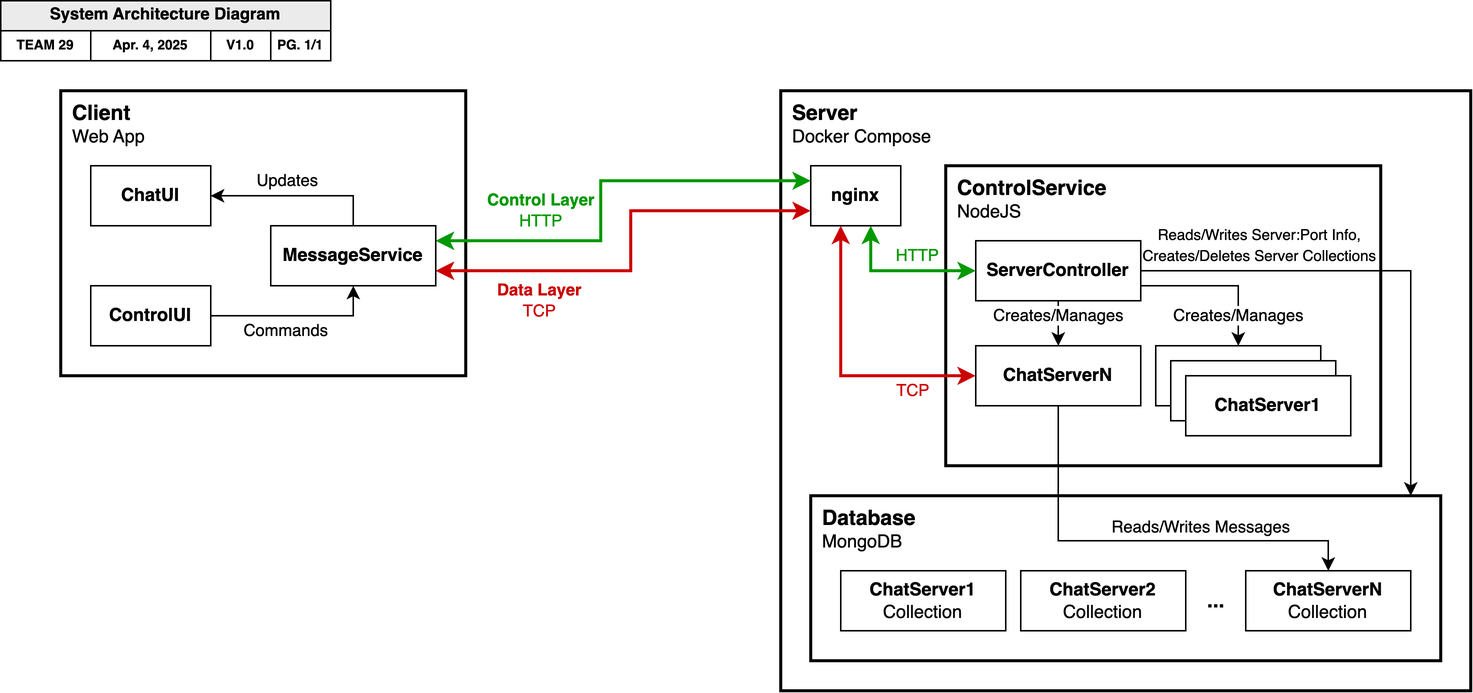
The draw.io diagram design/System Architecture Diagram.png in brodysmith8/c0nnect, before a commit. Source tidied: cells renumbered, new cells last; positions are measured from the earlier drawing's top-left corner, leaving out a move shared by most shapes.
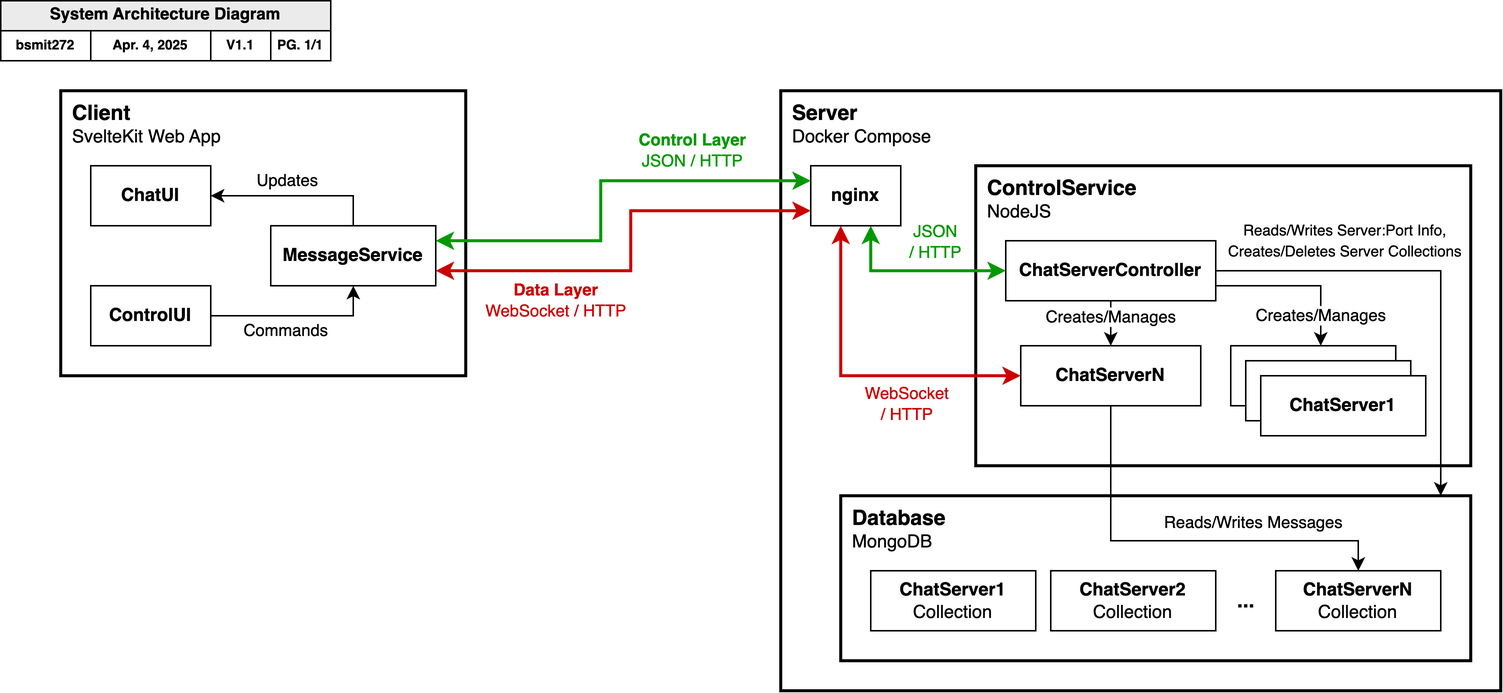
After the change.

Commit message:
Update design diagrams

Change to the diagram source:
```diff
@@ -5,13 +5,13 @@
     <mxCell id="2" value="&lt;b style=&quot;&quot;&gt;&lt;font style=&quot;font-size: 11px;&quot;&gt;System Architecture Diagram&lt;/font&gt;&lt;/b&gt;" style="rounded=0;whiteSpace=wrap;html=1;fillColor=#EBEBEB;spacingBottom=2;" parent="1" vertex="1">
       <mxGeometry width="220" height="20" as="geometry" />
     </mxCell>
-    <mxCell id="3" value="&lt;b&gt;&lt;font style=&quot;font-size: 9px;&quot;&gt;TEAM 29&lt;/font&gt;&lt;/b&gt;" style="rounded=0;whiteSpace=wrap;html=1;spacingBottom=2;" parent="1" vertex="1">
+    <mxCell id="3" value="&lt;b&gt;&lt;font style=&quot;font-size: 9px;&quot;&gt;bsmit272&lt;/font&gt;&lt;/b&gt;" style="rounded=0;whiteSpace=wrap;html=1;spacingBottom=2;" parent="1" vertex="1">
       <mxGeometry y="20" width="60" height="20" as="geometry" />
     </mxCell>
     <mxCell id="4" value="&lt;b style=&quot;&quot;&gt;&lt;font style=&quot;font-size: 9px;&quot;&gt;Apr. 4, 2025&lt;/font&gt;&lt;/b&gt;" style="rounded=0;whiteSpace=wrap;html=1;spacingBottom=2;" parent="1" vertex="1">
       <mxGeometry x="60" y="20" width="80" height="20" as="geometry" />
     </mxCell>
-    <mxCell id="5" value="&lt;b style=&quot;&quot;&gt;&lt;font style=&quot;font-size: 9px;&quot;&gt;V1.0&lt;/font&gt;&lt;/b&gt;" style="rounded=0;whiteSpace=wrap;html=1;spacingBottom=2;" parent="1" vertex="1">
+    <mxCell id="5" value="&lt;b style=&quot;&quot;&gt;&lt;font style=&quot;font-size: 9px;&quot;&gt;V1.1&lt;/font&gt;&lt;/b&gt;" style="rounded=0;whiteSpace=wrap;html=1;spacingBottom=2;" parent="1" vertex="1">
       <mxGeometry x="140" y="20" width="40" height="20" as="geometry" />
     </mxCell>
     <mxCell id="6" value="&lt;b style=&quot;&quot;&gt;&lt;font style=&quot;font-size: 9px;&quot;&gt;PG. 1/1&lt;/font&gt;&lt;/b&gt;" style="rounded=0;whiteSpace=wrap;html=1;spacingBottom=2;" parent="1" vertex="1">
@@ -19,12 +19,12 @@
     </mxCell>
     <mxCell id="7" value="Background" parent="0" />
     <mxCell id="8" value="&lt;b&gt;&lt;font style=&quot;font-size: 14px;&quot;&gt;Server&amp;nbsp;&lt;/font&gt;&lt;/b&gt;&lt;div&gt;&lt;font&gt;Docker Compose&lt;/font&gt;&lt;/div&gt;" style="rounded=0;whiteSpace=wrap;html=1;verticalAlign=top;align=left;spacingLeft=6;fontColor=default;fillColor=none;strokeWidth=2;" parent="7" vertex="1">
-      <mxGeometry x="520" y="60" width="460" height="400" as="geometry" />
+      <mxGeometry x="520" y="60" width="480" height="400" as="geometry" />
     </mxCell>
     <mxCell id="9" value="&lt;b&gt;&lt;font style=&quot;font-size: 14px;&quot;&gt;Database&amp;nbsp;&lt;/font&gt;&lt;/b&gt;&lt;div&gt;&lt;font&gt;MongoDB&lt;/font&gt;&lt;/div&gt;" style="rounded=0;whiteSpace=wrap;html=1;verticalAlign=top;align=left;spacingLeft=6;fontColor=default;fillColor=none;strokeWidth=2;" parent="7" vertex="1">
-      <mxGeometry x="540" y="330" width="420" height="110" as="geometry" />
+      <mxGeometry x="560" y="330" width="420" height="110" as="geometry" />
     </mxCell>
-    <mxCell id="10" value="&lt;b&gt;&lt;font style=&quot;font-size: 14px;&quot;&gt;Client&amp;nbsp;&lt;/font&gt;&lt;/b&gt;&lt;div&gt;&lt;font&gt;Web App&lt;/font&gt;&lt;/div&gt;" style="rounded=0;whiteSpace=wrap;html=1;verticalAlign=top;align=left;spacingLeft=6;fontColor=default;fillColor=none;strokeWidth=2;" parent="7" vertex="1">
+    <mxCell id="10" value="&lt;b&gt;&lt;font style=&quot;font-size: 14px;&quot;&gt;Client&amp;nbsp;&lt;/font&gt;&lt;/b&gt;&lt;div&gt;&lt;font&gt;SvelteKit Web App&lt;/font&gt;&lt;/div&gt;" style="rounded=0;whiteSpace=wrap;html=1;verticalAlign=top;align=left;spacingLeft=6;fontColor=default;fillColor=none;strokeWidth=2;" parent="7" vertex="1">
       <mxGeometry x="40" y="60" width="270" height="190" as="geometry" />
     </mxCell>
     <mxCell id="11" value="&lt;b&gt;ChatUI&lt;/b&gt;" style="rounded=0;whiteSpace=wrap;html=1;verticalAlign=middle;align=center;spacingLeft=0;" parent="7" vertex="1">
@@ -65,9 +65,9 @@
         </Array>
       </mxGeometry>
     </mxCell>
-    <mxCell id="18" value="&lt;div&gt;&lt;b&gt;&lt;font style=&quot;color: rgb(0, 153, 0);&quot;&gt;Control Layer&lt;/font&gt;&lt;/b&gt;&lt;/div&gt;&lt;font style=&quot;color: rgb(0, 153, 0);&quot;&gt;HTTP&lt;/font&gt;" style="edgeLabel;html=1;align=center;verticalAlign=middle;" parent="17" vertex="1">
+    <mxCell id="18" value="&lt;div&gt;&lt;b&gt;&lt;font style=&quot;color: rgb(0, 153, 0);&quot;&gt;Control Layer&lt;/font&gt;&lt;/b&gt;&lt;/div&gt;&lt;span style=&quot;color: rgb(0, 153, 0); background-color: light-dark(#ffffff, var(--ge-dark-color, #121212));&quot;&gt;JSON / HTTP&lt;/span&gt;" style="edgeLabel;html=1;align=center;verticalAlign=middle;" parent="17" vertex="1">
       <mxGeometry x="-0.48" y="-1" relative="1" as="geometry">
-        <mxPoint x="-5" y="-21" as="offset" />
+        <mxPoint x="96" y="-61" as="offset" />
       </mxGeometry>
     </mxCell>
     <mxCell id="19" style="edgeStyle=orthogonalEdgeStyle;rounded=0;jettySize=auto;html=1;startArrow=classic;startFill=1;strokeColor=#CC0000;strokeWidth=2;" parent="7" edge="1" source="21" target="32">
@@ -78,51 +78,56 @@
         </Array>
       </mxGeometry>
     </mxCell>
-    <mxCell id="20" value="&lt;div&gt;&lt;b&gt;Data Layer&lt;/b&gt;&lt;/div&gt;TCP" style="edgeLabel;html=1;align=center;verticalAlign=middle;fontColor=#CC0000;" parent="19" vertex="1">
+    <mxCell id="20" value="&lt;div&gt;&lt;b&gt;Data Layer&lt;/b&gt;&lt;/div&gt;WebSocket / HTTP" style="edgeLabel;html=1;align=center;verticalAlign=middle;fontColor=#CC0000;" parent="19" vertex="1">
       <mxGeometry x="-0.52" y="2" relative="1" as="geometry">
-        <mxPoint y="22" as="offset" />
+        <mxPoint x="11" y="22" as="offset" />
       </mxGeometry>
     </mxCell>
     <mxCell id="21" value="&lt;b&gt;MessageService&lt;/b&gt;" style="rounded=0;whiteSpace=wrap;html=1;verticalAlign=middle;align=center;spacingLeft=0;" parent="7" vertex="1">
       <mxGeometry x="180" y="150" width="110" height="40" as="geometry" />
     </mxCell>
     <mxCell id="22" value="&lt;b&gt;&lt;font style=&quot;font-size: 14px;&quot;&gt;ControlService&amp;nbsp;&lt;/font&gt;&lt;/b&gt;&lt;div&gt;&lt;font&gt;NodeJS&lt;/font&gt;&lt;/div&gt;" style="rounded=0;whiteSpace=wrap;html=1;verticalAlign=top;align=left;spacingLeft=6;fontColor=default;fillColor=none;strokeWidth=2;" parent="7" vertex="1">
-      <mxGeometry x="630" y="110" width="290" height="200" as="geometry" />
+      <mxGeometry x="650" y="110" width="330" height="200" as="geometry" />
     </mxCell>
     <mxCell id="23" style="edgeStyle=orthogonalEdgeStyle;rounded=0;jettySize=auto;html=1;" parent="7" edge="1" source="29" target="37">
-      <mxGeometry relative="1" as="geometry" />
+      <mxGeometry relative="1" as="geometry">
+        <Array as="points">
+          <mxPoint x="740" y="220" />
+          <mxPoint x="740" y="220" />
+        </Array>
+      </mxGeometry>
     </mxCell>
     <mxCell id="24" value="Creates/Manages" style="edgeLabel;html=1;align=center;verticalAlign=middle;" parent="23" vertex="1">
       <mxGeometry x="0.16" y="-1" relative="1" as="geometry">
-        <mxPoint x="-1" y="-1" as="offset" />
+        <mxPoint x="1" y="-7" as="offset" />
       </mxGeometry>
     </mxCell>
     <mxCell id="25" style="edgeStyle=orthogonalEdgeStyle;rounded=0;jettySize=auto;html=1;" parent="7" edge="1" source="29" target="38">
       <mxGeometry relative="1" as="geometry">
         <Array as="points">
-          <mxPoint x="825" y="190" />
+          <mxPoint x="880" y="190" />
         </Array>
       </mxGeometry>
     </mxCell>
     <mxCell id="26" value="Creates/Manages" style="edgeLabel;html=1;align=center;verticalAlign=middle;" parent="25" vertex="1">
       <mxGeometry x="0.49" relative="1" as="geometry">
-        <mxPoint y="7" as="offset" />
+        <mxPoint y="8" as="offset" />
       </mxGeometry>
     </mxCell>
     <mxCell id="27" style="edgeStyle=orthogonalEdgeStyle;rounded=0;jettySize=auto;html=1;" parent="7" edge="1" source="29" target="9">
       <mxGeometry relative="1" as="geometry">
         <Array as="points">
-          <mxPoint x="940" y="180" />
+          <mxPoint x="960" y="180" />
         </Array>
       </mxGeometry>
     </mxCell>
     <mxCell id="28" value="&lt;font style=&quot;font-size: 10px;&quot;&gt;Reads/Writes Server:Port Info,&lt;/font&gt;&lt;div&gt;&lt;font style=&quot;font-size: 10px;&quot;&gt;Creates/Deletes Server Collections&lt;/font&gt;&lt;/div&gt;" style="edgeLabel;html=1;align=center;verticalAlign=middle;" parent="27" vertex="1">
       <mxGeometry x="-0.55" y="2" relative="1" as="geometry">
-        <mxPoint x="5" y="-15" as="offset" />
+        <mxPoint x="18" y="-18" as="offset" />
       </mxGeometry>
     </mxCell>
-    <mxCell id="29" value="&lt;b&gt;ServerController&lt;/b&gt;" style="rounded=0;whiteSpace=wrap;html=1;verticalAlign=middle;align=center;spacingLeft=0;" parent="7" vertex="1">
-      <mxGeometry x="650" y="160" width="110" height="40" as="geometry" />
+    <mxCell id="29" value="&lt;b&gt;ChatServerController&lt;/b&gt;" style="rounded=0;whiteSpace=wrap;html=1;verticalAlign=middle;align=center;spacingLeft=0;" parent="7" vertex="1">
+      <mxGeometry x="670" y="160" width="140" height="40" as="geometry" />
     </mxCell>
     <mxCell id="30" style="edgeStyle=orthogonalEdgeStyle;rounded=0;jettySize=auto;html=1;startArrow=classic;startFill=1;strokeColor=#009900;strokeWidth=2;" parent="7" edge="1" source="32" target="29">
       <mxGeometry relative="1" as="geometry">
@@ -131,9 +136,9 @@
         </Array>
       </mxGeometry>
     </mxCell>
-    <mxCell id="31" value="HTTP" style="edgeLabel;html=1;align=center;verticalAlign=middle;fontColor=#009900;" parent="30" vertex="1">
+    <mxCell id="31" value="JSON&lt;div&gt;/ HTTP&lt;/div&gt;" style="edgeLabel;html=1;align=center;verticalAlign=middle;fontColor=#009900;" parent="30" vertex="1">
       <mxGeometry x="0.12" relative="1" as="geometry">
-        <mxPoint x="4" y="-10" as="offset" />
+        <mxPoint x="5" y="-19" as="offset" />
       </mxGeometry>
     </mxCell>
     <mxCell id="32" value="&lt;b&gt;nginx&lt;/b&gt;" style="rounded=0;whiteSpace=wrap;html=1;verticalAlign=middle;align=center;spacingLeft=0;" parent="7" vertex="1">
@@ -146,16 +151,16 @@
         </Array>
       </mxGeometry>
     </mxCell>
-    <mxCell id="34" value="TCP" style="edgeLabel;html=1;align=center;verticalAlign=middle;fontColor=#CC0000;" parent="33" vertex="1">
+    <mxCell id="34" value="WebSocket&lt;div&gt;/ HTTP&lt;/div&gt;" style="edgeLabel;html=1;align=center;verticalAlign=middle;fontColor=#CC0000;" parent="33" vertex="1">
       <mxGeometry x="-0.46" y="1" relative="1" as="geometry">
-        <mxPoint x="9" y="9" as="offset" />
+        <mxPoint x="-17" y="18" as="offset" />
       </mxGeometry>
     </mxCell>
     <mxCell id="35" style="edgeStyle=orthogonalEdgeStyle;rounded=0;jettySize=auto;html=1;" parent="7" edge="1" source="37" target="44">
       <mxGeometry relative="1" as="geometry">
         <Array as="points">
-          <mxPoint x="705" y="360" />
-          <mxPoint x="885" y="360" />
+          <mxPoint x="740" y="360" />
+          <mxPoint x="905" y="360" />
         </Array>
       </mxGeometry>
     </mxCell>
@@ -165,28 +170,28 @@
       </mxGeometry>
     </mxCell>
     <mxCell id="37" value="&lt;b&gt;ChatServerN&lt;/b&gt;" style="rounded=0;whiteSpace=wrap;html=1;verticalAlign=middle;align=center;spacingLeft=0;" parent="7" vertex="1">
-      <mxGeometry x="650" y="230" width="110" height="40" as="geometry" />
+      <mxGeometry x="680" y="230" width="120" height="40" as="geometry" />
     </mxCell>
     <mxCell id="38" value="&lt;b&gt;ChatServerN&lt;/b&gt;" style="rounded=0;whiteSpace=wrap;html=1;verticalAlign=middle;align=center;spacingLeft=0;" parent="7" vertex="1">
-      <mxGeometry x="770" y="230" width="110" height="40" as="geometry" />
+      <mxGeometry x="820" y="230" width="110" height="40" as="geometry" />
     </mxCell>
     <mxCell id="39" value="&lt;b&gt;ChatServerN&lt;/b&gt;" style="rounded=0;whiteSpace=wrap;html=1;verticalAlign=middle;align=center;spacingLeft=0;" parent="7" vertex="1">
-      <mxGeometry x="780" y="240" width="110" height="40" as="geometry" />
+      <mxGeometry x="830" y="240" width="110" height="40" as="geometry" />
     </mxCell>
     <mxCell id="40" value="&lt;b&gt;ChatServer1&lt;/b&gt;" style="rounded=0;whiteSpace=wrap;html=1;verticalAlign=middle;align=center;spacingLeft=0;" parent="7" vertex="1">
-      <mxGeometry x="790" y="250" width="110" height="40" as="geometry" />
+      <mxGeometry x="840" y="250" width="110" height="40" as="geometry" />
     </mxCell>
     <mxCell id="41" value="&lt;b&gt;ChatServer1&lt;/b&gt;&lt;div&gt;Collection&lt;/div&gt;" style="rounded=0;whiteSpace=wrap;html=1;verticalAlign=middle;align=center;spacingLeft=0;" parent="7" vertex="1">
-      <mxGeometry x="560" y="380" width="110" height="40" as="geometry" />
+      <mxGeometry x="580" y="380" width="110" height="40" as="geometry" />
     </mxCell>
     <mxCell id="42" value="&lt;b&gt;ChatServer2&lt;/b&gt;&lt;div&gt;Collection&lt;/div&gt;" style="rounded=0;whiteSpace=wrap;html=1;verticalAlign=middle;align=center;spacingLeft=0;" parent="7" vertex="1">
-      <mxGeometry x="680" y="380" width="110" height="40" as="geometry" />
+      <mxGeometry x="700" y="380" width="110" height="40" as="geometry" />
     </mxCell>
     <mxCell id="43" value="&lt;b&gt;&lt;font style=&quot;font-size: 14px;&quot;&gt;...&lt;/font&gt;&lt;/b&gt;" style="text;html=1;align=center;verticalAlign=middle;strokeColor=none;fillColor=none;" parent="7" vertex="1">
-      <mxGeometry x="790" y="385" width="40" height="30" as="geometry" />
+      <mxGeometry x="810" y="385" width="40" height="30" as="geometry" />
     </mxCell>
     <mxCell id="44" value="&lt;b&gt;ChatServerN&lt;/b&gt;&lt;div&gt;Collection&lt;/div&gt;" style="rounded=0;whiteSpace=wrap;html=1;verticalAlign=middle;align=center;spacingLeft=0;" parent="7" vertex="1">
-      <mxGeometry x="830" y="380" width="110" height="40" as="geometry" />
+      <mxGeometry x="850" y="380" width="110" height="40" as="geometry" />
     </mxCell>
   </root>
 </mxGraphModel>
```
